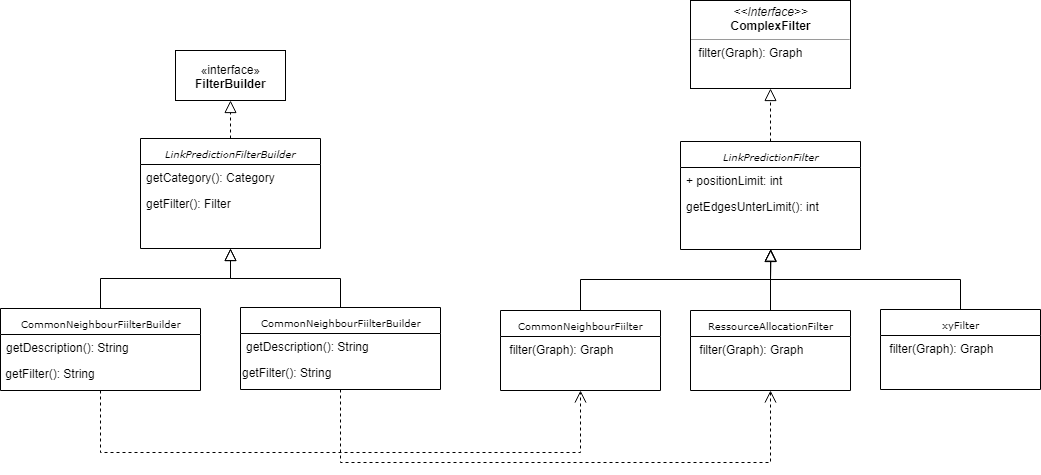
This is src/site/tex/resources/class_Filter.png from romanutti/ip5-documentation, a draw.io export, as it was before one commit. Source tidied: cells renumbered, new cells last; positions are measured from the earlier drawing's top-left corner, leaving out a move shared by most shapes.
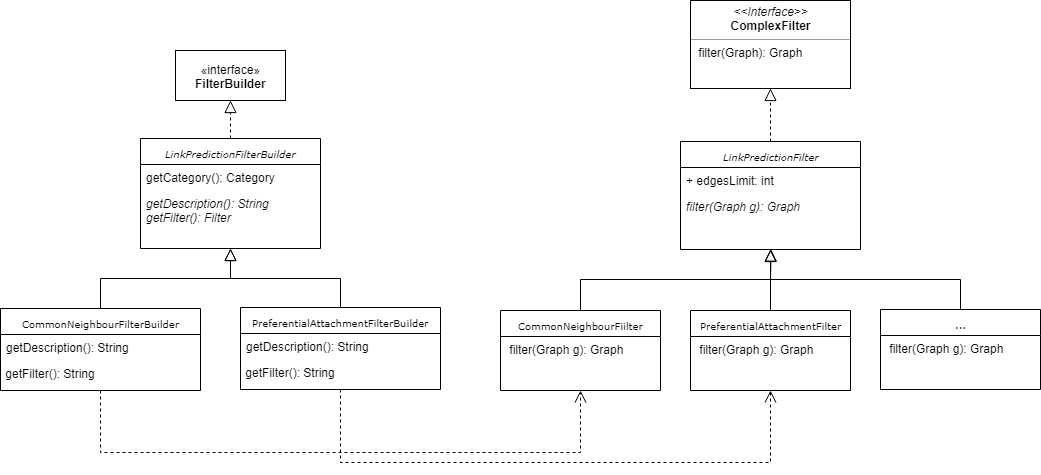
Above is the later version.

The edit, as a diff of the source:
```diff
@@ -1,4 +1,4 @@
-<mxGraphModel>
+<mxGraphModel background="#ffffff">
   <root>
     <mxCell id="0" />
     <mxCell id="1" parent="0" />
@@ -11,49 +11,49 @@
     <mxCell id="4" value="&lt;i&gt;LinkPredictionFilter&lt;/i&gt;" style="swimlane;html=1;fontStyle=0;horizontal=1;startSize=26;fillColor=none;swimlaneFillColor=#ffffff;rounded=0;shadow=0;comic=0;labelBackgroundColor=none;strokeColor=#000000;strokeWidth=1;fontFamily=Verdana;fontSize=10;fontColor=#000000;align=center;" parent="1" vertex="1">
       <mxGeometry x="680" y="141" width="180" height="108" as="geometry" />
     </mxCell>
-    <mxCell id="5" value="+ positionLimit: int" style="text;html=1;strokeColor=none;fillColor=none;align=left;verticalAlign=top;spacingLeft=4;spacingRight=4;whiteSpace=wrap;overflow=hidden;" parent="4" vertex="1">
-      <mxGeometry y="26" width="180" height="26" as="geometry" />
-    </mxCell>
-    <mxCell id="6" value="getEdgesUnterLimit(): int" style="text;html=1;strokeColor=none;fillColor=none;align=left;verticalAlign=top;spacingLeft=4;spacingRight=4;whiteSpace=wrap;overflow=hidden;" parent="4" vertex="1">
-      <mxGeometry y="52" width="180" height="26" as="geometry" />
-    </mxCell>
+    <mxCell id="31" value="+ edgesLimit: int" style="text;html=1;strokeColor=none;fillColor=none;align=left;verticalAlign=top;spacingLeft=4;spacingRight=4;whiteSpace=wrap;overflow=hidden;" parent="4" vertex="1">
+      <mxGeometry y="26" width="180" height="26" as="geometry" />
+    </mxCell>
+    <mxCell id="32" value="&lt;i&gt;filter(Graph g): Graph&lt;/i&gt;" style="text;html=1;strokeColor=none;fillColor=none;align=left;verticalAlign=top;spacingLeft=4;spacingRight=4;whiteSpace=wrap;overflow=hidden;" parent="4" vertex="1">
+      <mxGeometry y="52" width="180" height="26" as="geometry" />
+    </mxCell>
     <mxCell id="7" value="&lt;span&gt;CommonNeighbourFiilter&lt;/span&gt;" style="swimlane;html=1;fontStyle=0;horizontal=1;startSize=26;fillColor=none;swimlaneFillColor=#ffffff;rounded=0;shadow=0;comic=0;labelBackgroundColor=none;strokeColor=#000000;strokeWidth=1;fontFamily=Verdana;fontSize=10;fontColor=#000000;align=center;verticalAlign=middle;" parent="1" vertex="1">
       <mxGeometry x="500" y="310" width="160" height="80" as="geometry" />
     </mxCell>
-    <mxCell id="8" value="&amp;nbsp;filter(Graph): Graph" style="text;html=1;strokeColor=none;fillColor=none;align=left;verticalAlign=middle;spacingLeft=4;spacingRight=4;whiteSpace=wrap;overflow=hidden;" parent="7" vertex="1">
-      <mxGeometry y="26" width="160" height="26" as="geometry" />
-    </mxCell>
-    <mxCell id="9" value="&lt;span&gt;RessourceAllocationFilter&lt;/span&gt;" style="swimlane;html=1;fontStyle=0;horizontal=1;startSize=26;fillColor=none;swimlaneFillColor=#ffffff;rounded=0;shadow=0;comic=0;labelBackgroundColor=none;strokeColor=#000000;strokeWidth=1;fontFamily=Verdana;fontSize=10;fontColor=#000000;align=center;verticalAlign=middle;" parent="1" vertex="1">
-      <mxGeometry x="690" y="310" width="160" height="80" as="geometry" />
-    </mxCell>
-    <mxCell id="10" value="&amp;nbsp;filter(Graph): Graph" style="text;html=1;strokeColor=none;fillColor=none;align=left;verticalAlign=middle;spacingLeft=4;spacingRight=4;whiteSpace=wrap;overflow=hidden;" parent="9" vertex="1">
-      <mxGeometry y="26" width="160" height="26" as="geometry" />
-    </mxCell>
-    <mxCell id="11" value="&lt;span&gt;xyFilter&lt;/span&gt;" style="swimlane;html=1;fontStyle=0;horizontal=1;startSize=26;fillColor=none;swimlaneFillColor=#ffffff;rounded=0;shadow=0;comic=0;labelBackgroundColor=none;strokeColor=#000000;strokeWidth=1;fontFamily=Verdana;fontSize=10;fontColor=#000000;align=center;verticalAlign=middle;" parent="1" vertex="1">
-      <mxGeometry x="880" y="309" width="160" height="80" as="geometry" />
-    </mxCell>
-    <mxCell id="12" value="&amp;nbsp;filter(Graph): Graph" style="text;html=1;strokeColor=none;fillColor=none;align=left;verticalAlign=middle;spacingLeft=4;spacingRight=4;whiteSpace=wrap;overflow=hidden;" parent="11" vertex="1">
-      <mxGeometry y="26" width="160" height="26" as="geometry" />
-    </mxCell>
-    <mxCell id="13" style="edgeStyle=orthogonalEdgeStyle;rounded=0;html=1;labelBackgroundColor=none;startFill=0;endArrow=block;endFill=0;endSize=10;fontFamily=Verdana;fontSize=10;entryX=0.5;entryY=1;entryDx=0;entryDy=0;exitX=0.5;exitY=0;exitDx=0;exitDy=0;" parent="1" edge="1" source="7">
-      <mxGeometry relative="1" as="geometry">
-        <mxPoint x="770.3" y="248.7" as="targetPoint" />
-      </mxGeometry>
-    </mxCell>
-    <mxCell id="14" style="edgeStyle=orthogonalEdgeStyle;rounded=0;html=1;labelBackgroundColor=none;startFill=0;endArrow=block;endFill=0;endSize=10;fontFamily=Verdana;fontSize=10;exitX=0.5;exitY=0;exitDx=0;exitDy=0;entryX=0.5;entryY=1;entryDx=0;entryDy=0;" parent="1" edge="1" source="11">
-      <mxGeometry relative="1" as="geometry">
-        <mxPoint x="770.3" y="248.7" as="targetPoint" />
-        <Array as="points">
-          <mxPoint x="960" y="279" />
-          <mxPoint x="770" y="279" />
-        </Array>
-      </mxGeometry>
-    </mxCell>
-    <mxCell id="15" style="edgeStyle=orthogonalEdgeStyle;rounded=0;html=1;labelBackgroundColor=none;startFill=0;endArrow=block;endFill=0;endSize=10;fontFamily=Verdana;fontSize=10;entryX=0.5;entryY=1;entryDx=0;entryDy=0;exitX=0.5;exitY=0;exitDx=0;exitDy=0;" parent="1" edge="1" source="9">
-      <mxGeometry relative="1" as="geometry">
-        <mxPoint x="770.3" y="248.7" as="targetPoint" />
-      </mxGeometry>
-    </mxCell>
+    <mxCell id="33" value="&amp;nbsp;filter(Graph g): Graph" style="text;html=1;strokeColor=none;fillColor=none;align=left;verticalAlign=middle;spacingLeft=4;spacingRight=4;whiteSpace=wrap;overflow=hidden;" parent="7" vertex="1">
+      <mxGeometry y="26" width="160" height="26" as="geometry" />
+    </mxCell>
+    <mxCell id="34" value="&lt;span&gt;PreferentialAttachmentFilter&lt;/span&gt;" style="swimlane;html=1;fontStyle=0;horizontal=1;startSize=26;fillColor=none;swimlaneFillColor=#ffffff;rounded=0;shadow=0;comic=0;labelBackgroundColor=none;strokeColor=#000000;strokeWidth=1;fontFamily=Verdana;fontSize=10;fontColor=#000000;align=center;verticalAlign=middle;" parent="1" vertex="1">
+      <mxGeometry x="690" y="310" width="160" height="80" as="geometry" />
+    </mxCell>
+    <mxCell id="35" value="&amp;nbsp;filter(Graph g): Graph" style="text;html=1;strokeColor=none;fillColor=none;align=left;verticalAlign=middle;spacingLeft=4;spacingRight=4;whiteSpace=wrap;overflow=hidden;" parent="34" vertex="1">
+      <mxGeometry y="26" width="160" height="26" as="geometry" />
+    </mxCell>
+    <mxCell id="36" value="&lt;span&gt;...&lt;/span&gt;" style="swimlane;html=1;fontStyle=0;horizontal=1;startSize=26;fillColor=none;swimlaneFillColor=#ffffff;rounded=0;shadow=0;comic=0;labelBackgroundColor=none;strokeColor=#000000;strokeWidth=1;fontFamily=Verdana;fontSize=10;fontColor=#000000;align=center;verticalAlign=middle;" parent="1" vertex="1">
+      <mxGeometry x="880" y="309" width="160" height="80" as="geometry" />
+    </mxCell>
+    <mxCell id="37" value="&amp;nbsp;filter(Graph g): Graph" style="text;html=1;strokeColor=none;fillColor=none;align=left;verticalAlign=middle;spacingLeft=4;spacingRight=4;whiteSpace=wrap;overflow=hidden;" parent="36" vertex="1">
+      <mxGeometry y="26" width="160" height="26" as="geometry" />
+    </mxCell>
+    <mxCell id="38" style="edgeStyle=orthogonalEdgeStyle;rounded=0;html=1;labelBackgroundColor=none;startFill=0;endArrow=block;endFill=0;endSize=10;fontFamily=Verdana;fontSize=10;entryX=0.5;entryY=1;entryDx=0;entryDy=0;exitX=0.5;exitY=0;exitDx=0;exitDy=0;" parent="1" edge="1" source="7">
+      <mxGeometry relative="1" as="geometry">
+        <mxPoint x="770.3" y="248.7" as="targetPoint" />
+      </mxGeometry>
+    </mxCell>
+    <mxCell id="39" style="edgeStyle=orthogonalEdgeStyle;rounded=0;html=1;labelBackgroundColor=none;startFill=0;endArrow=block;endFill=0;endSize=10;fontFamily=Verdana;fontSize=10;exitX=0.5;exitY=0;exitDx=0;exitDy=0;entryX=0.5;entryY=1;entryDx=0;entryDy=0;" parent="1" edge="1" source="36">
+      <mxGeometry relative="1" as="geometry">
+        <mxPoint x="770.3" y="248.7" as="targetPoint" />
+        <Array as="points">
+          <mxPoint x="960" y="279" />
+          <mxPoint x="770" y="279" />
+        </Array>
+      </mxGeometry>
+    </mxCell>
+    <mxCell id="40" style="edgeStyle=orthogonalEdgeStyle;rounded=0;html=1;labelBackgroundColor=none;startFill=0;endArrow=block;endFill=0;endSize=10;fontFamily=Verdana;fontSize=10;entryX=0.5;entryY=1;entryDx=0;entryDy=0;exitX=0.5;exitY=0;exitDx=0;exitDy=0;" parent="1" edge="1" source="34">
+      <mxGeometry relative="1" as="geometry">
+        <mxPoint x="770.3" y="248.7" as="targetPoint" />
+      </mxGeometry>
+    </mxCell>
     <mxCell id="16" value="«interface»&lt;br&gt;&lt;b&gt;FilterBuilder&lt;/b&gt;" style="html=1;" parent="1" vertex="1">
       <mxGeometry x="175" y="50" width="110" height="50" as="geometry" />
     </mxCell>
@@ -66,48 +66,48 @@
     <mxCell id="19" value="getCategory(): Category" style="text;html=1;strokeColor=none;fillColor=none;align=left;verticalAlign=top;spacingLeft=4;spacingRight=4;whiteSpace=wrap;overflow=hidden;" parent="18" vertex="1">
       <mxGeometry y="26" width="180" height="26" as="geometry" />
     </mxCell>
-    <mxCell id="20" value="getFilter(): Filter" style="text;html=1;strokeColor=none;fillColor=none;align=left;verticalAlign=top;spacingLeft=4;spacingRight=4;whiteSpace=wrap;overflow=hidden;" parent="18" vertex="1">
-      <mxGeometry y="52" width="180" height="26" as="geometry" />
-    </mxCell>
-    <mxCell id="21" value="&lt;span&gt;CommonNeighbourFiilterBuilder&lt;/span&gt;" style="swimlane;html=1;fontStyle=0;horizontal=1;startSize=26;fillColor=none;swimlaneFillColor=#ffffff;rounded=0;shadow=0;comic=0;labelBackgroundColor=none;strokeColor=#000000;strokeWidth=1;fontFamily=Verdana;fontSize=10;fontColor=#000000;align=center;verticalAlign=middle;" parent="1" vertex="1">
-      <mxGeometry y="308" width="200" height="82" as="geometry" />
-    </mxCell>
-    <mxCell id="22" value="getDescription(): String" style="text;html=1;strokeColor=none;fillColor=none;align=left;verticalAlign=middle;spacingLeft=4;spacingRight=4;whiteSpace=wrap;overflow=hidden;" parent="21" vertex="1">
-      <mxGeometry y="26" width="200" height="26" as="geometry" />
-    </mxCell>
-    <mxCell id="23" value="&amp;nbsp;getFilter(): String" style="text;html=1;" parent="21" vertex="1">
-      <mxGeometry y="52" width="200" height="30" as="geometry" />
-    </mxCell>
-    <mxCell id="24" style="edgeStyle=orthogonalEdgeStyle;rounded=0;html=1;labelBackgroundColor=none;startFill=0;endArrow=block;endFill=0;endSize=10;fontFamily=Verdana;fontSize=10;entryX=0.5;entryY=1;entryDx=0;entryDy=0;exitX=0.5;exitY=0;exitDx=0;exitDy=0;" parent="1" edge="1" source="21" target="18">
-      <mxGeometry relative="1" as="geometry" />
-    </mxCell>
-    <mxCell id="25" value="&lt;span&gt;CommonNeighbourFiilterBuilder&lt;/span&gt;" style="swimlane;html=1;fontStyle=0;horizontal=1;startSize=26;fillColor=none;swimlaneFillColor=#ffffff;rounded=0;shadow=0;comic=0;labelBackgroundColor=none;strokeColor=#000000;strokeWidth=1;fontFamily=Verdana;fontSize=10;fontColor=#000000;align=center;verticalAlign=middle;" parent="1" vertex="1">
-      <mxGeometry x="240" y="307" width="200" height="82" as="geometry" />
-    </mxCell>
-    <mxCell id="26" value="getDescription(): String" style="text;html=1;strokeColor=none;fillColor=none;align=left;verticalAlign=middle;spacingLeft=4;spacingRight=4;whiteSpace=wrap;overflow=hidden;" parent="25" vertex="1">
-      <mxGeometry y="26" width="200" height="26" as="geometry" />
-    </mxCell>
-    <mxCell id="27" value="getFilter(): String" style="text;html=1;" parent="25" vertex="1">
-      <mxGeometry y="52" width="200" height="30" as="geometry" />
-    </mxCell>
-    <mxCell id="28" style="edgeStyle=orthogonalEdgeStyle;rounded=0;html=1;labelBackgroundColor=none;startFill=0;endArrow=block;endFill=0;endSize=10;fontFamily=Verdana;fontSize=10;exitX=0.5;exitY=0;exitDx=0;exitDy=0;entryX=0.5;entryY=1;entryDx=0;entryDy=0;" parent="1" edge="1" source="25" target="18">
-      <mxGeometry relative="1" as="geometry" />
-    </mxCell>
-    <mxCell id="29" style="edgeStyle=orthogonalEdgeStyle;rounded=0;html=1;dashed=1;labelBackgroundColor=none;startFill=0;endArrow=open;endFill=0;endSize=10;fontFamily=Verdana;fontSize=10;exitX=0.5;exitY=1;exitDx=0;exitDy=0;entryX=0.5;entryY=1;entryDx=0;entryDy=0;" parent="1" edge="1" source="21" target="7">
-      <mxGeometry relative="1" as="geometry">
-        <Array as="points">
-          <mxPoint x="100" y="452" />
-          <mxPoint x="580" y="452" />
-        </Array>
-      </mxGeometry>
-    </mxCell>
-    <mxCell id="30" style="edgeStyle=orthogonalEdgeStyle;rounded=0;html=1;dashed=1;labelBackgroundColor=none;startFill=0;endArrow=open;endFill=0;endSize=10;fontFamily=Verdana;fontSize=10;exitX=0.5;exitY=1;exitDx=0;exitDy=0;entryX=0.5;entryY=1;entryDx=0;entryDy=0;" parent="1" edge="1" source="25" target="9">
-      <mxGeometry relative="1" as="geometry">
-        <Array as="points">
-          <mxPoint x="340" y="462" />
-          <mxPoint x="770" y="462" />
-        </Array>
-      </mxGeometry>
-    </mxCell>
+    <mxCell id="41" value="&lt;i&gt;getDescription(): String&lt;br&gt;getFilter(): Filter&lt;/i&gt;" style="text;html=1;strokeColor=none;fillColor=none;align=left;verticalAlign=top;spacingLeft=4;spacingRight=4;whiteSpace=wrap;overflow=hidden;" parent="18" vertex="1">
+      <mxGeometry y="52" width="180" height="38" as="geometry" />
+    </mxCell>
+    <mxCell id="42" value="&lt;span&gt;CommonNeighbourFilterBuilder&lt;/span&gt;" style="swimlane;html=1;fontStyle=0;horizontal=1;startSize=26;fillColor=none;swimlaneFillColor=#ffffff;rounded=0;shadow=0;comic=0;labelBackgroundColor=none;strokeColor=#000000;strokeWidth=1;fontFamily=Verdana;fontSize=10;fontColor=#000000;align=center;verticalAlign=middle;" parent="1" vertex="1">
+      <mxGeometry y="308" width="200" height="82" as="geometry" />
+    </mxCell>
+    <mxCell id="43" value="getDescription(): String" style="text;html=1;strokeColor=none;fillColor=none;align=left;verticalAlign=middle;spacingLeft=4;spacingRight=4;whiteSpace=wrap;overflow=hidden;" parent="42" vertex="1">
+      <mxGeometry y="26" width="200" height="26" as="geometry" />
+    </mxCell>
+    <mxCell id="44" value="&amp;nbsp;getFilter(): String" style="text;html=1;" parent="42" vertex="1">
+      <mxGeometry y="52" width="200" height="30" as="geometry" />
+    </mxCell>
+    <mxCell id="45" style="edgeStyle=orthogonalEdgeStyle;rounded=0;html=1;labelBackgroundColor=none;startFill=0;endArrow=block;endFill=0;endSize=10;fontFamily=Verdana;fontSize=10;entryX=0.5;entryY=1;entryDx=0;entryDy=0;exitX=0.5;exitY=0;exitDx=0;exitDy=0;" parent="1" edge="1" source="42" target="18">
+      <mxGeometry relative="1" as="geometry" />
+    </mxCell>
+    <mxCell id="46" value="&lt;span&gt;PreferentialAttachmentFilterBuilder&lt;/span&gt;" style="swimlane;html=1;fontStyle=0;horizontal=1;startSize=26;fillColor=none;swimlaneFillColor=#ffffff;rounded=0;shadow=0;comic=0;labelBackgroundColor=none;strokeColor=#000000;strokeWidth=1;fontFamily=Verdana;fontSize=10;fontColor=#000000;align=center;verticalAlign=middle;" parent="1" vertex="1">
+      <mxGeometry x="240" y="307" width="200" height="82" as="geometry" />
+    </mxCell>
+    <mxCell id="47" value="getDescription(): String" style="text;html=1;strokeColor=none;fillColor=none;align=left;verticalAlign=middle;spacingLeft=4;spacingRight=4;whiteSpace=wrap;overflow=hidden;" parent="46" vertex="1">
+      <mxGeometry y="26" width="200" height="26" as="geometry" />
+    </mxCell>
+    <mxCell id="48" value="&amp;nbsp;getFilter(): String" style="text;html=1;" parent="46" vertex="1">
+      <mxGeometry y="52" width="200" height="30" as="geometry" />
+    </mxCell>
+    <mxCell id="49" style="edgeStyle=orthogonalEdgeStyle;rounded=0;html=1;labelBackgroundColor=none;startFill=0;endArrow=block;endFill=0;endSize=10;fontFamily=Verdana;fontSize=10;exitX=0.5;exitY=0;exitDx=0;exitDy=0;entryX=0.5;entryY=1;entryDx=0;entryDy=0;" parent="1" edge="1" source="46" target="18">
+      <mxGeometry relative="1" as="geometry" />
+    </mxCell>
+    <mxCell id="50" style="edgeStyle=orthogonalEdgeStyle;rounded=0;html=1;dashed=1;labelBackgroundColor=none;startFill=0;endArrow=open;endFill=0;endSize=10;fontFamily=Verdana;fontSize=10;exitX=0.5;exitY=1;exitDx=0;exitDy=0;entryX=0.5;entryY=1;entryDx=0;entryDy=0;" parent="1" edge="1" source="42" target="7">
+      <mxGeometry relative="1" as="geometry">
+        <Array as="points">
+          <mxPoint x="100" y="452" />
+          <mxPoint x="580" y="452" />
+        </Array>
+      </mxGeometry>
+    </mxCell>
+    <mxCell id="51" style="edgeStyle=orthogonalEdgeStyle;rounded=0;html=1;dashed=1;labelBackgroundColor=none;startFill=0;endArrow=open;endFill=0;endSize=10;fontFamily=Verdana;fontSize=10;exitX=0.5;exitY=1;exitDx=0;exitDy=0;entryX=0.5;entryY=1;entryDx=0;entryDy=0;" parent="1" edge="1" source="46" target="34">
+      <mxGeometry relative="1" as="geometry">
+        <Array as="points">
+          <mxPoint x="340" y="462" />
+          <mxPoint x="770" y="462" />
+        </Array>
+      </mxGeometry>
+    </mxCell>
   </root>
 </mxGraphModel>
```
